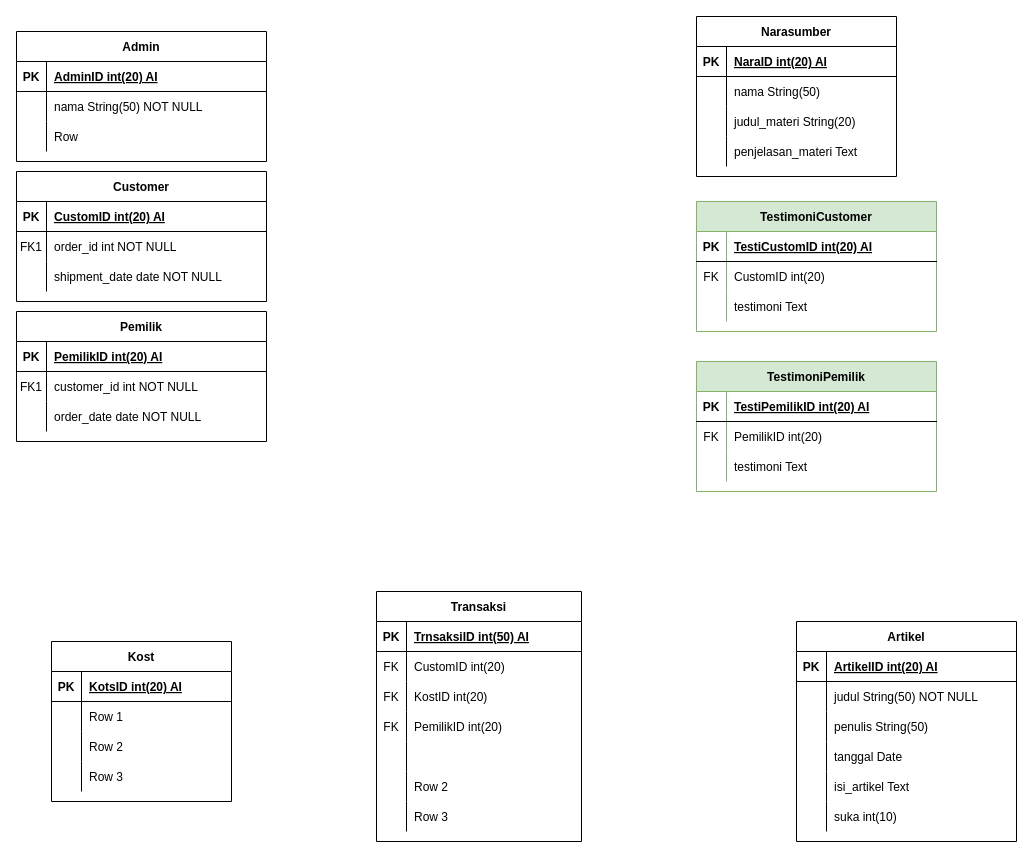
sendy452/DIagram-Model keeps this draw.io diagram as ERD TerasKos.drawio. Above is the earlier version. Source tidied: cells renumbered, new cells numbered last; positions are measured from the earlier drawing's top-left corner, leaving out a move shared by most shapes. Both pictures are drawn from the tidied source at 100%, with x=0, y=0 at pixel (16, 16).
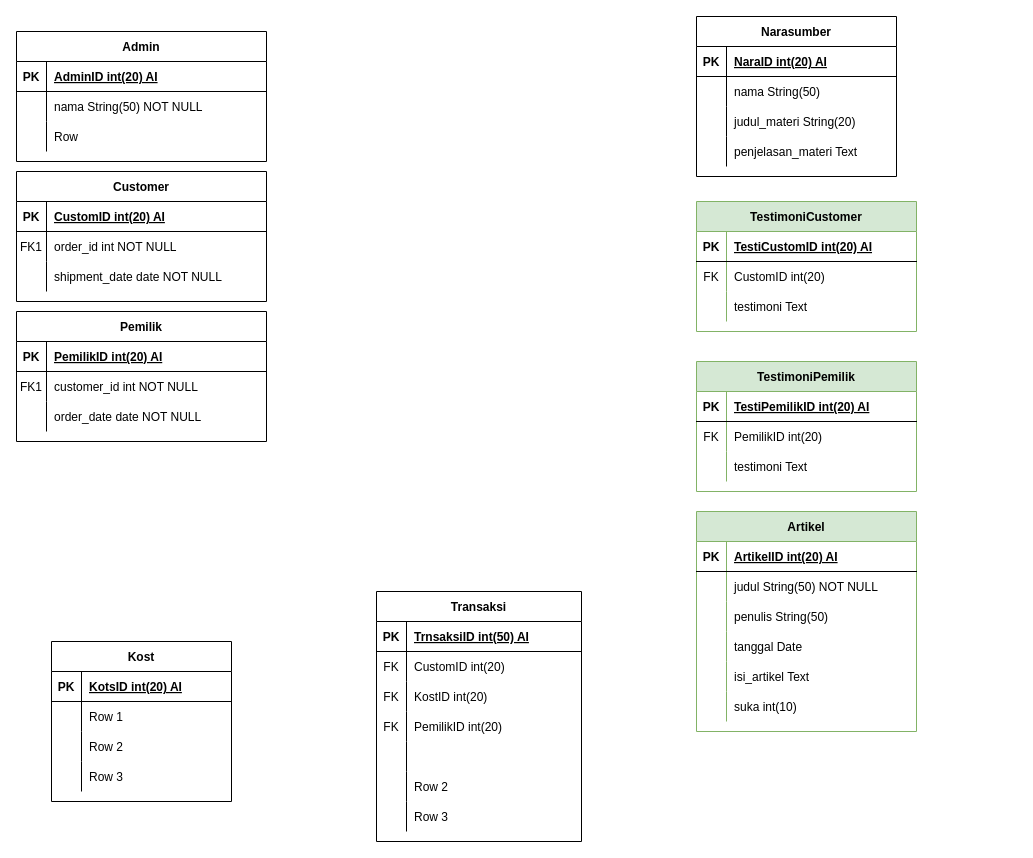
Above is the later version.

The edit, as a diff of the source:
```diff
@@
-    <mxCell id="32" value="Artikel" style="shape=table;startSize=30;childLayout=tableLayout;rowLines=0;fontStyle=1;align=center;" parent="1" vertex="1">
-      <mxGeometry x="780" y="605" width="220" height="220" as="geometry" />
+    <mxCell id="32" value="Artikel" style="shape=table;startSize=30;childLayout=tableLayout;rowLines=0;fontStyle=1;align=center;fillColor=#d5e8d4;strokeColor=#82b366;" parent="1" vertex="1">
+      <mxGeometry x="680" y="495" width="220" height="220" as="geometry" />
     </mxCell>
@@
     <mxCell id="51" value="TestimoniCustomer" style="shape=table;startSize=30;childLayout=tableLayout;rowLines=0;fontStyle=1;align=center;fillColor=#d5e8d4;strokeColor=#82b366;" parent="1" vertex="1">
-      <mxGeometry x="680" y="185" width="240" height="130" as="geometry" />
+      <mxGeometry x="680" y="185" width="220" height="130" as="geometry" />
     </mxCell>
     <mxCell id="52" style="shape=partialRectangle;fillColor=none;top=0;left=0;bottom=1;right=0;" parent="51" vertex="1">
-      <mxGeometry y="30" width="240" height="30" as="geometry" />
+      <mxGeometry y="30" width="220" height="30" as="geometry" />
     </mxCell>
@@
     <mxCell id="54" value="TestiCustomID int(20) AI" style="shape=partialRectangle;fillColor=none;top=0;left=0;bottom=0;right=0;align=left;spacingLeft=6;fontStyle=5;overflow=hidden;" parent="52" vertex="1">
-      <mxGeometry x="30" width="210" height="30" as="geometry" />
+      <mxGeometry x="30" width="190" height="30" as="geometry" />
     </mxCell>
     <mxCell id="55" style="shape=partialRectangle;fillColor=none;top=0;left=0;bottom=0;right=0;" parent="51" vertex="1">
-      <mxGeometry y="60" width="240" height="30" as="geometry" />
+      <mxGeometry y="60" width="220" height="30" as="geometry" />
     </mxCell>
@@
     <mxCell id="57" value="CustomID int(20)" style="shape=partialRectangle;fillColor=none;top=0;left=0;bottom=0;right=0;align=left;spacingLeft=6;fontStyle=0;overflow=hidden;" parent="55" vertex="1">
-      <mxGeometry x="30" width="210" height="30" as="geometry" />
+      <mxGeometry x="30" width="190" height="30" as="geometry" />
     </mxCell>
     <mxCell id="58" style="shape=partialRectangle;fillColor=none;top=0;left=0;bottom=0;right=0;" parent="51" vertex="1">
-      <mxGeometry y="90" width="240" height="30" as="geometry" />
+      <mxGeometry y="90" width="220" height="30" as="geometry" />
     </mxCell>
@@
     <mxCell id="60" value="testimoni Text" style="shape=partialRectangle;fillColor=none;top=0;left=0;bottom=0;right=0;align=left;spacingLeft=6;overflow=hidden;" parent="58" vertex="1">
-      <mxGeometry x="30" width="210" height="30" as="geometry" />
+      <mxGeometry x="30" width="190" height="30" as="geometry" />
     </mxCell>
     <mxCell id="61" value="TestimoniPemilik" style="shape=table;startSize=30;childLayout=tableLayout;rowLines=0;fontStyle=1;align=center;fillColor=#d5e8d4;strokeColor=#82b366;" parent="1" vertex="1">
-      <mxGeometry x="680" y="345" width="240" height="130" as="geometry" />
+      <mxGeometry x="680" y="345" width="220" height="130" as="geometry" />
     </mxCell>
     <mxCell id="62" style="shape=partialRectangle;fillColor=none;top=0;left=0;bottom=1;right=0;" parent="61" vertex="1">
-      <mxGeometry y="30" width="240" height="30" as="geometry" />
+      <mxGeometry y="30" width="220" height="30" as="geometry" />
     </mxCell>
@@
     <mxCell id="64" value="TestiPemilikID int(20) AI" style="shape=partialRectangle;fillColor=none;top=0;left=0;bottom=0;right=0;align=left;spacingLeft=6;fontStyle=5;overflow=hidden;" parent="62" vertex="1">
-      <mxGeometry x="30" width="210" height="30" as="geometry" />
+      <mxGeometry x="30" width="190" height="30" as="geometry" />
     </mxCell>
     <mxCell id="65" style="shape=partialRectangle;fillColor=none;top=0;left=0;bottom=0;right=0;" parent="61" vertex="1">
-      <mxGeometry y="60" width="240" height="30" as="geometry" />
+      <mxGeometry y="60" width="220" height="30" as="geometry" />
     </mxCell>
@@
     <mxCell id="67" value="PemilikID int(20)" style="shape=partialRectangle;fillColor=none;top=0;left=0;bottom=0;right=0;align=left;spacingLeft=6;fontStyle=0;overflow=hidden;" parent="65" vertex="1">
-      <mxGeometry x="30" width="210" height="30" as="geometry" />
+      <mxGeometry x="30" width="190" height="30" as="geometry" />
     </mxCell>
     <mxCell id="68" style="shape=partialRectangle;fillColor=none;top=0;left=0;bottom=0;right=0;" parent="61" vertex="1">
-      <mxGeometry y="90" width="240" height="30" as="geometry" />
+      <mxGeometry y="90" width="220" height="30" as="geometry" />
     </mxCell>
@@
     <mxCell id="70" value="testimoni Text" style="shape=partialRectangle;fillColor=none;top=0;left=0;bottom=0;right=0;align=left;spacingLeft=6;overflow=hidden;" parent="68" vertex="1">
-      <mxGeometry x="30" width="210" height="30" as="geometry" />
+      <mxGeometry x="30" width="190" height="30" as="geometry" />
     </mxCell>
```
